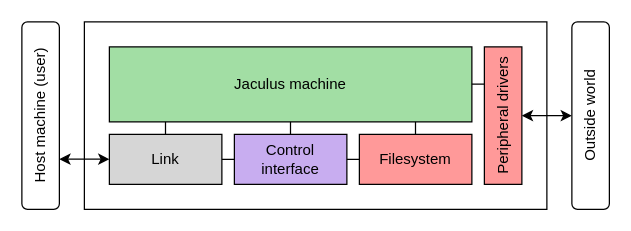
Before: img/jaculus-design.drawio in cubicap/bcthesis, a draw.io diagram. Source tidied: cells renumbered, new cells numbered last; positions are measured from the earlier drawing's top-left corner, leaving out a move shared by most shapes. Both pictures are drawn from the tidied source at 125%, with x=0, y=0 at pixel (-54, 21).
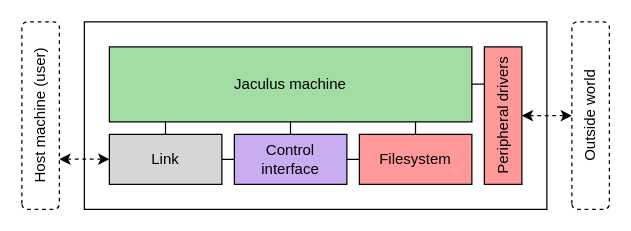
The same page after the edit.

Unchanged cells that the change refers to:
```xml
<mxCell id="9" value="Peripheral drivers" style="rounded=0;whiteSpace=wrap;html=1;fillColor=#FF9999;rotation=-90;" parent="1" vertex="1">
  <mxGeometry x="390" y="60" width="110" height="30" as="geometry" />
</mxCell>
```

What changed in the source:
```diff
@@
-    <mxCell id="13" style="endArrow=classic;startArrow=classic;html=1;rounded=0;entryX=0.5;entryY=0;entryDx=0;entryDy=0;exitX=0.5;exitY=1;exitDx=0;exitDy=0;" parent="1" edge="1" source="9" target="14">
+    <mxCell id="13" style="endArrow=classic;startArrow=classic;html=1;rounded=0;entryX=0.5;entryY=0;entryDx=0;entryDy=0;exitX=0.5;exitY=1;exitDx=0;exitDy=0;dashed=1;" parent="1" edge="1" source="9" target="14">
       <mxGeometry relative="1" as="geometry" />
     </mxCell>
-    <mxCell id="14" value="Outside world" style="rounded=1;whiteSpace=wrap;html=1;rotation=-90;" parent="1" vertex="1">
+    <mxCell id="14" value="Outside world" style="rounded=1;whiteSpace=wrap;html=1;rotation=-90;dashed=1;" parent="1" vertex="1">
       <mxGeometry x="440" y="60" width="150" height="30" as="geometry" />
     </mxCell>
-    <mxCell id="15" style="endArrow=classic;startArrow=classic;html=1;rounded=0;" parent="1" edge="1">
+    <mxCell id="15" style="endArrow=classic;startArrow=classic;html=1;rounded=0;dashed=1;" parent="1" edge="1">
       <mxGeometry relative="1" as="geometry">
         <mxPoint x="90" y="109.8" as="sourcePoint" />
         <mxPoint x="130" y="109.8" as="targetPoint" />
       </mxGeometry>
     </mxCell>
-    <mxCell id="16" value="Host machine (user)" style="rounded=1;whiteSpace=wrap;html=1;rotation=-90;" parent="1" vertex="1">
+    <mxCell id="16" value="Host machine (user)" style="rounded=1;whiteSpace=wrap;html=1;rotation=-90;dashed=1;" parent="1" vertex="1">
       <mxGeometry y="60" width="150" height="30" as="geometry" />
     </mxCell>
```
